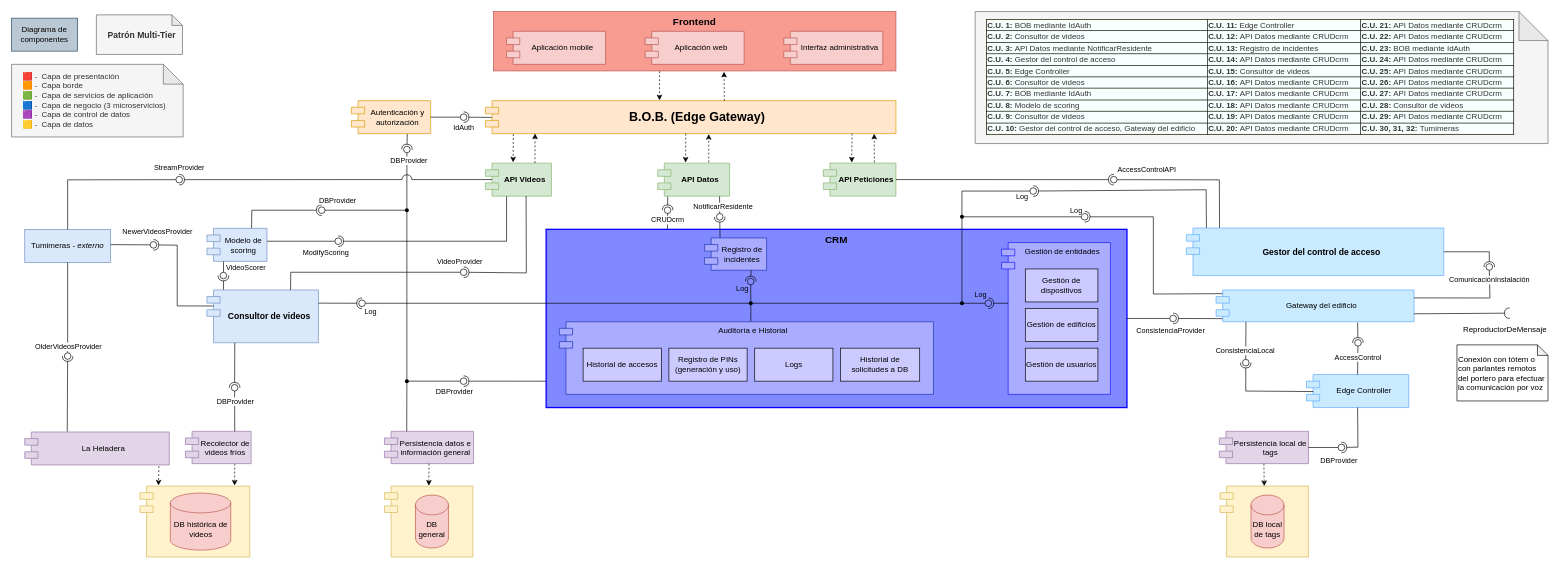
Earlier version of the draw.io diagram Documentación de la arquitectura/Diagramas/Editables-drawio/Diagrama-de-componentes.drawio (LIMoreno04/Caso-de-estudio---WolfSys---Arquitectura). Source tidied: cells renumbered, new cells numbered last; positions are measured from the earlier drawing's top-left corner, leaving out a move shared by most shapes. Both pictures are drawn from the tidied source at 66%, with x=0, y=0 at pixel (11, 11).
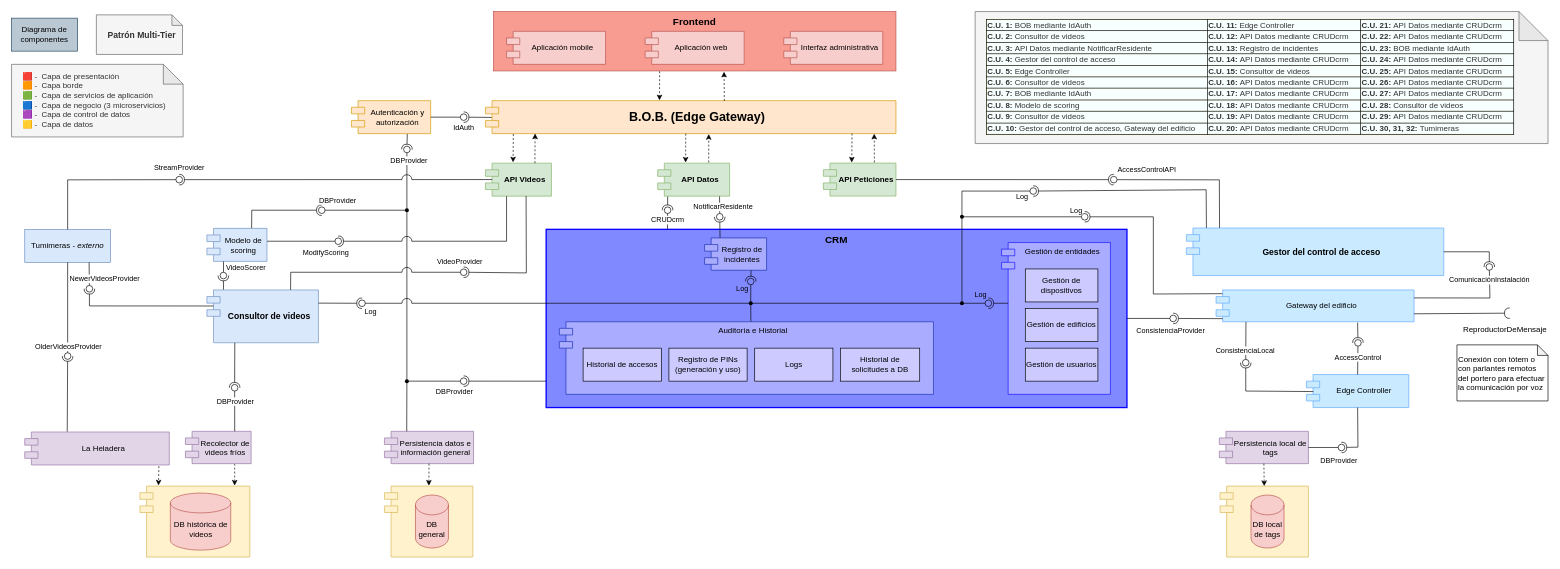
Above is the later version.

Unchanged cells that the change refers to:
```xml
<mxCell id="10" value="Tumimeras -&amp;nbsp;&lt;i&gt;externo&lt;/i&gt;" style="html=1;whiteSpace=wrap;fillColor=#dae8fc;strokeColor=#6c8ebf;fontStyle=0;" parent="1" vertex="1">
  <mxGeometry x="20" y="330" width="130" height="50" as="geometry" />
</mxCell>
<mxCell id="37" value="Consultor de videos" style="shape=module;align=left;spacingLeft=20;align=center;verticalAlign=middle;whiteSpace=wrap;html=1;fontStyle=1;fontSize=13;fillColor=#dae8fc;strokeColor=#6c8ebf;" parent="1" vertex="1">
  <mxGeometry x="296" y="421.8" width="169" height="80" as="geometry" />
</mxCell>
<mxCell id="103" style="shape=waypoint;sketch=0;fillStyle=solid;size=6;points=[];fillColor=none;perimeter=centerPerimeter;snapToPoint=1;" parent="1" vertex="1">
  <mxGeometry x="589" y="550" width="20" height="20" as="geometry" />
</mxCell>
<mxCell id="167" style="shape=waypoint;sketch=0;fillStyle=solid;size=6;points=[];fillColor=none;perimeter=centerPerimeter;snapToPoint=1;" parent="1" vertex="1">
  <mxGeometry x="589" y="291" width="20" height="20" as="geometry" />
</mxCell>
```

Diff of the diagram source:
```diff
@@
+    <mxCell id="168" style="endArrow=none;html=1;rounded=0;entryX=0.452;entryY=0.947;entryDx=0;entryDy=0;entryPerimeter=0;exitX=0.659;exitY=-0.107;exitDx=0;exitDy=0;exitPerimeter=0;" parent="1" edge="1" source="103" target="167">
+      <mxGeometry relative="1" as="geometry" />
+    </mxCell>
@@
     <mxCell id="68" style="rounded=0;jettySize=auto;html=1;endArrow=halfCircle;endFill=0;endSize=6;strokeWidth=1;sketch=0;exitX=0.058;exitY=0.304;exitDx=0;exitDy=0;exitPerimeter=0;" parent="1" edge="1" source="37" target="71">
       <mxGeometry relative="1" as="geometry">
         <Array as="points">
-          <mxPoint x="251" y="446" />
-          <mxPoint x="251" y="354" />
+          <mxPoint x="118" y="446" />
         </Array>
       </mxGeometry>
     </mxCell>
-    <mxCell id="69" style="rounded=0;jettySize=auto;html=1;endArrow=oval;endFill=0;sketch=0;sourcePerimeterSpacing=0;targetPerimeterSpacing=0;endSize=10;exitX=1.001;exitY=0.463;exitDx=0;exitDy=0;exitPerimeter=0;" parent="1" edge="1" source="10" target="71">
+    <mxCell id="69" style="rounded=0;jettySize=auto;html=1;endArrow=oval;endFill=0;sketch=0;sourcePerimeterSpacing=0;targetPerimeterSpacing=0;endSize=10;exitX=0.75;exitY=1;exitDx=0;exitDy=0;" parent="1" edge="1" source="10" target="71">
       <mxGeometry relative="1" as="geometry" />
     </mxCell>
     <mxCell id="70" value="NewerVideosProvider" style="edgeLabel;html=1;align=center;verticalAlign=middle;" parent="69" vertex="1">
       <mxGeometry x="0.48" y="1" relative="1" as="geometry">
-        <mxPoint x="22" y="-19" as="offset" />
+        <mxPoint x="22" y="-5" as="offset" />
       </mxGeometry>
     </mxCell>
     <mxCell id="71" style="ellipse;whiteSpace=wrap;html=1;align=center;fillColor=none;strokeColor=none;perimeter=centerPerimeter;points=[];outlineConnect=1;" parent="1" vertex="1">
-      <mxGeometry x="210" y="348.5" width="10" height="10" as="geometry" />
+      <mxGeometry x="113" y="415" width="10" height="10" as="geometry" />
     </mxCell>
@@
-    <mxCell id="168" style="endArrow=none;html=1;rounded=0;entryX=0.452;entryY=0.947;entryDx=0;entryDy=0;entryPerimeter=0;exitX=0.659;exitY=-0.107;exitDx=0;exitDy=0;exitPerimeter=0;" parent="1" edge="1" source="103" target="167">
-      <mxGeometry relative="1" as="geometry" />
-    </mxCell>
```
